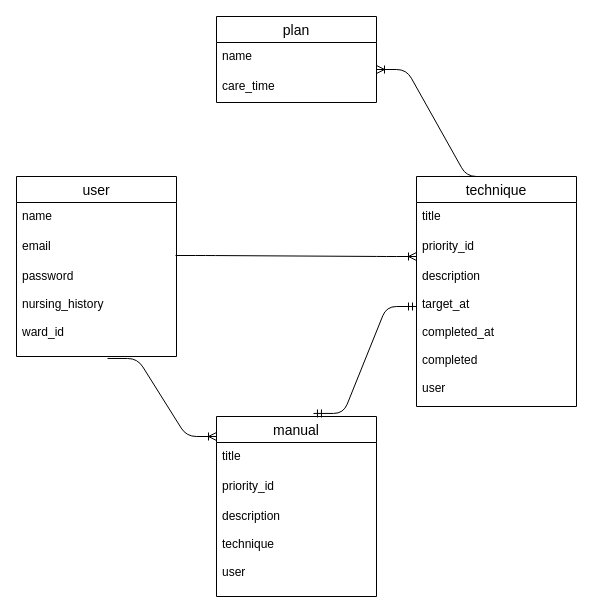
The draw.io diagram test.dio in mitsugu-kawaguchi/nurseapp-32473, before the edit. Source tidied: cells renumbered, new cells numbered last; positions are measured from the earlier drawing's top-left corner, leaving out a move shared by most shapes. Both pictures are drawn from the tidied source at 100%, with x=0, y=0 at pixel (16, 16).
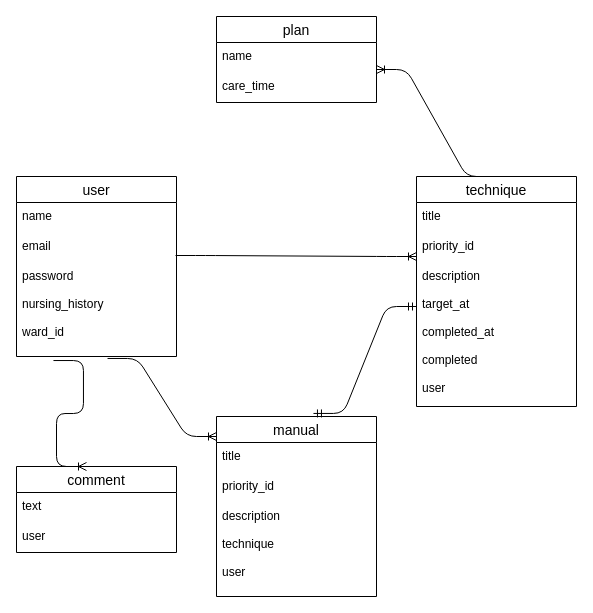
The same diagram, later.

Unchanged cells that the change refers to:
```xml
<mxCell id="5" value="password&#10;&#10;nursing_history&#10;&#10;ward_id" style="text;strokeColor=none;fillColor=none;spacingLeft=4;spacingRight=4;overflow=hidden;points=[[0,0.5],[1,0.5]];portConstraint=eastwest;fontSize=12;" parent="2" vertex="1">
  <mxGeometry y="86" width="160" height="94" as="geometry" />
</mxCell>
```

Change to the diagram source:
```diff
@@
+    <mxCell id="21" value="comment" style="swimlane;fontStyle=0;horizontal=1;startSize=26;align=center;fontSize=14;" parent="1" vertex="1">
+      <mxGeometry y="450" width="160" height="86" as="geometry" />
+    </mxCell>
+    <mxCell id="22" value="text" style="text;strokeColor=none;fillColor=none;spacingLeft=4;spacingRight=4;overflow=hidden;fontSize=12;" parent="21" vertex="1">
+      <mxGeometry y="26" width="160" height="30" as="geometry" />
+    </mxCell>
+    <mxCell id="23" value="user" style="text;strokeColor=none;fillColor=none;spacingLeft=4;spacingRight=4;overflow=hidden;fontSize=12;" parent="21" vertex="1">
+      <mxGeometry y="56" width="160" height="30" as="geometry" />
+    </mxCell>
+    <mxCell id="24" style="edgeStyle=entityRelationEdgeStyle;fontSize=12;html=1;endArrow=ERoneToMany;exitX=0.231;exitY=1.043;exitDx=0;exitDy=0;exitPerimeter=0;" parent="1" edge="1" source="5">
+      <mxGeometry relative="1" as="geometry">
+        <mxPoint x="70" y="450" as="targetPoint" />
+      </mxGeometry>
+    </mxCell>
```
